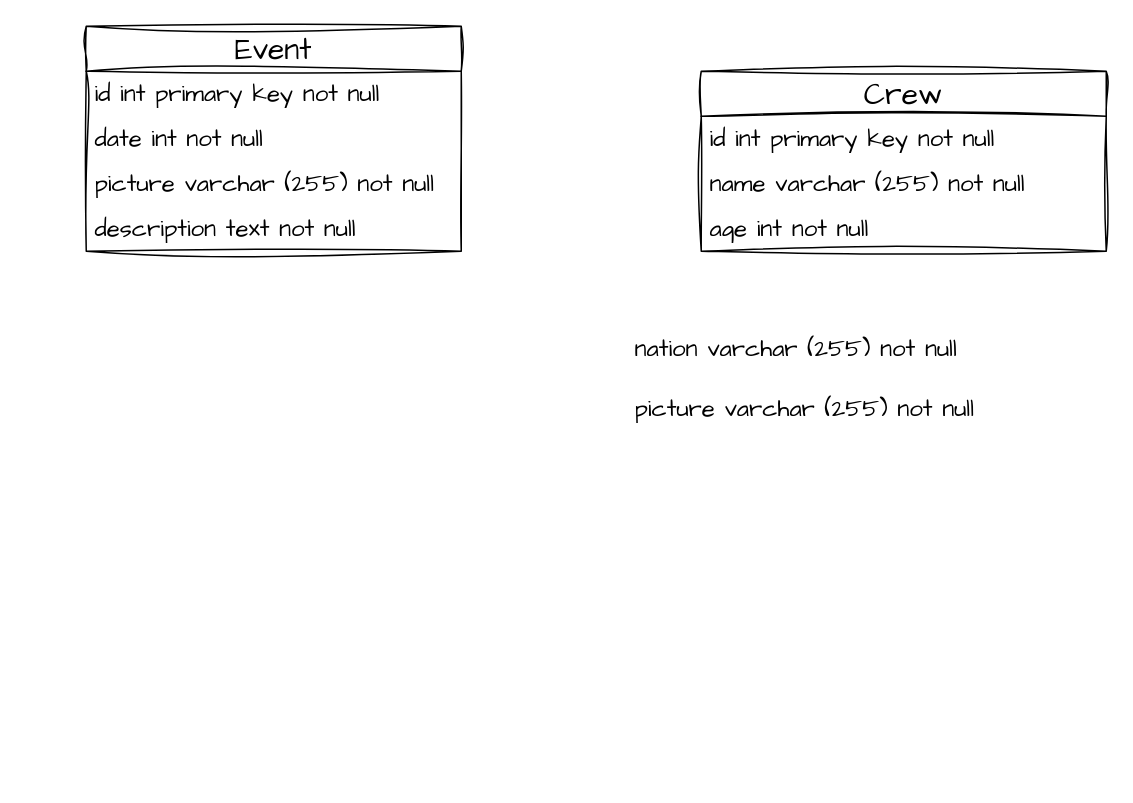
This is DOCS/info.drawio from busy-gnl/space-station-chronicles, a draw.io file, before an edit. Source tidied: cells renumbered, new cells numbered last; positions are measured from the earlier drawing's top-left corner, leaving out a move shared by most shapes. Both pictures are drawn from the tidied source at 150%, with x=0, y=0 at pixel (86, 26).
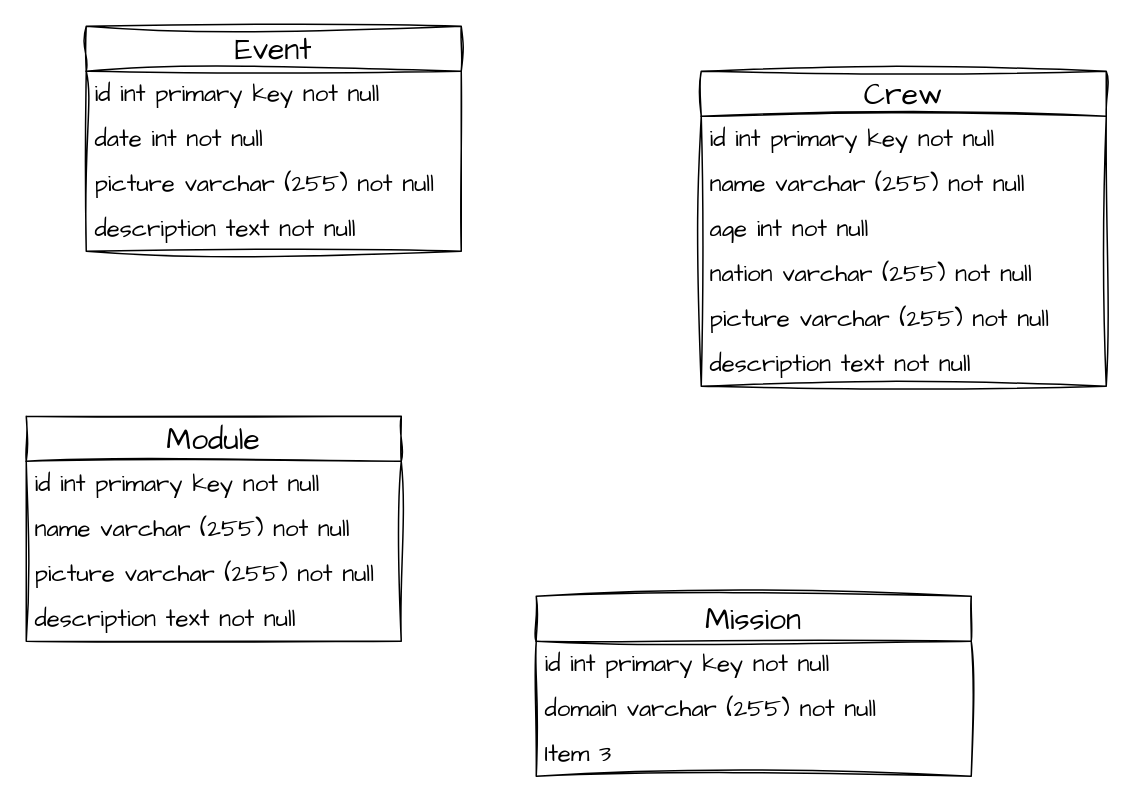
Above is the later version.

Commit message:
added some tables models in info.drawio

What changed in the source:
```diff
@@
     <mxCell id="7" value="Crew" style="swimlane;fontStyle=0;horizontal=1;startSize=30;whiteSpace=wrap;html=1;sketch=1;hachureGap=4;jiggle=2;curveFitting=1;fontFamily=Architects Daughter;fontSize=20;" parent="1" vertex="1">
-      <mxGeometry x="410" y="30" width="270" height="120" as="geometry" />
+      <mxGeometry x="410" y="30" width="270" height="210" as="geometry" />
     </mxCell>
@@
-    <mxCell id="11" value="nation varchar (255) not null" style="text;strokeColor=none;fillColor=none;align=left;verticalAlign=middle;spacingLeft=4;spacingRight=4;overflow=hidden;whiteSpace=wrap;html=1;fontSize=16;sketch=1;hachureGap=4;jiggle=2;curveFitting=1;fontFamily=Architects Daughter;" parent="1" vertex="1">
-      <mxGeometry x="360" y="200" width="270" height="30" as="geometry" />
+    <mxCell id="11" value="nation varchar (255) not null" style="text;strokeColor=none;fillColor=none;align=left;verticalAlign=middle;spacingLeft=4;spacingRight=4;overflow=hidden;whiteSpace=wrap;html=1;fontSize=16;sketch=1;hachureGap=4;jiggle=2;curveFitting=1;fontFamily=Architects Daughter;" parent="7" vertex="1">
+      <mxGeometry y="120" width="270" height="30" as="geometry" />
     </mxCell>
-    <mxCell id="12" value="picture varchar (255) not null" style="text;strokeColor=none;fillColor=none;align=left;verticalAlign=middle;spacingLeft=4;spacingRight=4;overflow=hidden;whiteSpace=wrap;html=1;fontSize=16;sketch=1;hachureGap=4;jiggle=2;curveFitting=1;fontFamily=Architects Daughter;" parent="1" vertex="1">
-      <mxGeometry x="360" y="240" width="270" height="30" as="geometry" />
+    <mxCell id="12" value="picture varchar (255) not null" style="text;strokeColor=none;fillColor=none;align=left;verticalAlign=middle;spacingLeft=4;spacingRight=4;overflow=hidden;whiteSpace=wrap;html=1;fontSize=16;sketch=1;hachureGap=4;jiggle=2;curveFitting=1;fontFamily=Architects Daughter;" parent="7" vertex="1">
+      <mxGeometry y="150" width="270" height="30" as="geometry" />
     </mxCell>
+    <mxCell id="13" value="description text not null" style="text;strokeColor=none;fillColor=none;align=left;verticalAlign=middle;spacingLeft=4;spacingRight=4;overflow=hidden;whiteSpace=wrap;html=1;fontSize=16;sketch=1;hachureGap=4;jiggle=2;curveFitting=1;fontFamily=Architects Daughter;" parent="7" vertex="1">
+      <mxGeometry y="180" width="270" height="30" as="geometry" />
+    </mxCell>
+    <mxCell id="14" value="Module" style="swimlane;fontStyle=0;horizontal=1;startSize=30;whiteSpace=wrap;html=1;sketch=1;hachureGap=4;jiggle=2;curveFitting=1;fontFamily=Architects Daughter;fontSize=20;" parent="1" vertex="1">
+      <mxGeometry x="-40" y="260" width="250" height="150" as="geometry" />
+    </mxCell>
+    <mxCell id="15" value="id int primary key not null" style="text;strokeColor=none;fillColor=none;align=left;verticalAlign=middle;spacingLeft=4;spacingRight=4;overflow=hidden;whiteSpace=wrap;html=1;fontSize=16;sketch=1;hachureGap=4;jiggle=2;curveFitting=1;fontFamily=Architects Daughter;" parent="14" vertex="1">
+      <mxGeometry y="30" width="250" height="30" as="geometry" />
+    </mxCell>
+    <mxCell id="16" value="name varchar (255) not null" style="text;strokeColor=none;fillColor=none;align=left;verticalAlign=middle;spacingLeft=4;spacingRight=4;overflow=hidden;whiteSpace=wrap;html=1;fontSize=16;sketch=1;hachureGap=4;jiggle=2;curveFitting=1;fontFamily=Architects Daughter;" parent="14" vertex="1">
+      <mxGeometry y="60" width="250" height="30" as="geometry" />
+    </mxCell>
+    <mxCell id="17" value="picture varchar (255) not null" style="text;strokeColor=none;fillColor=none;align=left;verticalAlign=middle;spacingLeft=4;spacingRight=4;overflow=hidden;whiteSpace=wrap;html=1;fontSize=16;sketch=1;hachureGap=4;jiggle=2;curveFitting=1;fontFamily=Architects Daughter;" parent="14" vertex="1">
+      <mxGeometry y="90" width="250" height="30" as="geometry" />
+    </mxCell>
+    <mxCell id="18" value="description text not null" style="text;strokeColor=none;fillColor=none;align=left;verticalAlign=middle;spacingLeft=4;spacingRight=4;overflow=hidden;whiteSpace=wrap;html=1;fontSize=16;sketch=1;hachureGap=4;jiggle=2;curveFitting=1;fontFamily=Architects Daughter;" parent="14" vertex="1">
+      <mxGeometry y="120" width="250" height="30" as="geometry" />
+    </mxCell>
+    <mxCell id="19" value="Mission" style="swimlane;fontStyle=0;horizontal=1;startSize=30;whiteSpace=wrap;html=1;sketch=1;hachureGap=4;jiggle=2;curveFitting=1;fontFamily=Architects Daughter;fontSize=20;" parent="1" vertex="1">
+      <mxGeometry x="300" y="380" width="290" height="120" as="geometry" />
+    </mxCell>
+    <mxCell id="20" value="id int primary key not null" style="text;strokeColor=none;fillColor=none;align=left;verticalAlign=middle;spacingLeft=4;spacingRight=4;overflow=hidden;whiteSpace=wrap;html=1;fontSize=16;sketch=1;hachureGap=4;jiggle=2;curveFitting=1;fontFamily=Architects Daughter;" parent="19" vertex="1">
+      <mxGeometry y="30" width="290" height="30" as="geometry" />
+    </mxCell>
+    <mxCell id="21" value="domain varchar (255) not null" style="text;strokeColor=none;fillColor=none;align=left;verticalAlign=middle;spacingLeft=4;spacingRight=4;overflow=hidden;whiteSpace=wrap;html=1;fontSize=16;sketch=1;hachureGap=4;jiggle=2;curveFitting=1;fontFamily=Architects Daughter;" parent="19" vertex="1">
+      <mxGeometry y="60" width="290" height="30" as="geometry" />
+    </mxCell>
+    <mxCell id="22" value="Item 3" style="text;strokeColor=none;fillColor=none;align=left;verticalAlign=middle;spacingLeft=4;spacingRight=4;overflow=hidden;whiteSpace=wrap;html=1;fontSize=16;sketch=1;hachureGap=4;jiggle=2;curveFitting=1;fontFamily=Architects Daughter;" parent="19" vertex="1">
+      <mxGeometry y="90" width="290" height="30" as="geometry" />
+    </mxCell>
```
